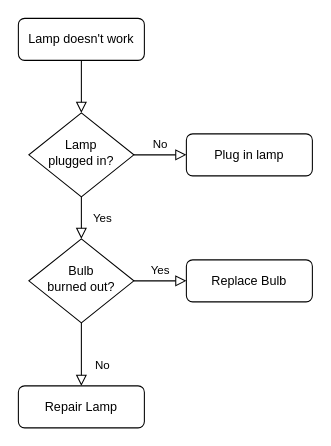
Above: 未命名绘图.drawio in enha-rs/MyNotes (draw.io), before the change. Source tidied: cells renumbered, new cells numbered last; positions are measured from the earlier drawing's top-left corner, leaving out a move shared by most shapes. Both pictures are drawn from the tidied source at 105%, with x=0, y=0 at pixel (18, 18).
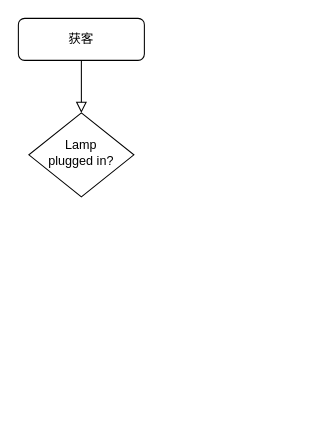
After the change.

Commit message:
流程化思维.drawio

Change to the diagram source:
```diff
@@
 <mxGraphModel>
   <root>
     <mxCell id="0" />
     <mxCell id="1" parent="0" />
     <mxCell id="2" style="rounded=0;html=1;jettySize=auto;fontSize=11;endArrow=block;endFill=0;endSize=8;strokeWidth=1;shadow=0;labelBackgroundColor=none;edgeStyle=orthogonalEdgeStyle;" parent="1" edge="1" source="3" target="6">
       <mxGeometry relative="1" as="geometry" />
     </mxCell>
-    <mxCell id="3" value="Lamp doesn't work" style="rounded=1;whiteSpace=wrap;html=1;fontSize=12;glass=0;strokeWidth=1;shadow=0;" parent="1" vertex="1">
+    <mxCell id="3" value="获客" style="rounded=1;whiteSpace=wrap;html=1;fontSize=12;glass=0;strokeWidth=1;shadow=0;" parent="1" vertex="1">
       <mxGeometry width="120" height="40" as="geometry" />
     </mxCell>
-    <mxCell id="4" value="Yes" style="rounded=0;html=1;jettySize=auto;fontSize=11;endArrow=block;endFill=0;endSize=8;strokeWidth=1;shadow=0;labelBackgroundColor=none;edgeStyle=orthogonalEdgeStyle;" parent="1" edge="1" source="6" target="10">
-      <mxGeometry y="20" relative="1" as="geometry" />
-    </mxCell>
-    <mxCell id="5" value="No" style="edgeStyle=orthogonalEdgeStyle;rounded=0;html=1;jettySize=auto;fontSize=11;endArrow=block;endFill=0;endSize=8;strokeWidth=1;shadow=0;labelBackgroundColor=none;" parent="1" edge="1" source="6" target="7">
-      <mxGeometry y="10" relative="1" as="geometry" />
-    </mxCell>
     <mxCell id="6" value="Lamp&lt;br&gt;plugged in?" style="rhombus;whiteSpace=wrap;html=1;shadow=0;fontFamily=Helvetica;fontSize=12;align=center;strokeWidth=1;spacing=6;spacingTop=-4;" parent="1" vertex="1">
       <mxGeometry x="10" y="90" width="100" height="80" as="geometry" />
     </mxCell>
-    <mxCell id="7" value="Plug in lamp" style="rounded=1;whiteSpace=wrap;html=1;fontSize=12;glass=0;strokeWidth=1;shadow=0;" parent="1" vertex="1">
-      <mxGeometry x="160" y="110" width="120" height="40" as="geometry" />
-    </mxCell>
-    <mxCell id="8" value="No" style="rounded=0;html=1;jettySize=auto;fontSize=11;endArrow=block;endFill=0;endSize=8;strokeWidth=1;shadow=0;labelBackgroundColor=none;edgeStyle=orthogonalEdgeStyle;" parent="1" edge="1" source="10" target="11">
-      <mxGeometry x="0.33" y="20" relative="1" as="geometry" />
-    </mxCell>
-    <mxCell id="9" value="Yes" style="edgeStyle=orthogonalEdgeStyle;rounded=0;html=1;jettySize=auto;fontSize=11;endArrow=block;endFill=0;endSize=8;strokeWidth=1;shadow=0;labelBackgroundColor=none;" parent="1" edge="1" source="10" target="12">
-      <mxGeometry y="10" relative="1" as="geometry" />
-    </mxCell>
-    <mxCell id="10" value="Bulb&lt;br&gt;burned out?" style="rhombus;whiteSpace=wrap;html=1;shadow=0;fontFamily=Helvetica;fontSize=12;align=center;strokeWidth=1;spacing=6;spacingTop=-4;" parent="1" vertex="1">
-      <mxGeometry x="10" y="210" width="100" height="80" as="geometry" />
-    </mxCell>
-    <mxCell id="11" value="Repair Lamp" style="rounded=1;whiteSpace=wrap;html=1;fontSize=12;glass=0;strokeWidth=1;shadow=0;" parent="1" vertex="1">
-      <mxGeometry y="350" width="120" height="40" as="geometry" />
-    </mxCell>
-    <mxCell id="12" value="Replace Bulb" style="rounded=1;whiteSpace=wrap;html=1;fontSize=12;glass=0;strokeWidth=1;shadow=0;" parent="1" vertex="1">
-      <mxGeometry x="160" y="230" width="120" height="40" as="geometry" />
-    </mxCell>
   </root>
 </mxGraphModel>
```
